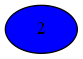
mbajaj92/Project-Astoria keeps this Graphviz diagram as Compiler/5iGraph.png. Above is the earlier version. Its source is kept beside it as Compiler/5iGraph.dot. The source it was exported from:
```dot
strict graph {
2[label="2" style=filled fillcolor="blue1"];
}
```
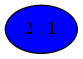
After the change.

Diff of the diagram source:
```diff
@@ -1,3 +1,3 @@
 strict graph {
-2[label="2" style=filled fillcolor="blue1"];
+2[label="2 : 1" style=filled fillcolor="blue1"];
 }
```
